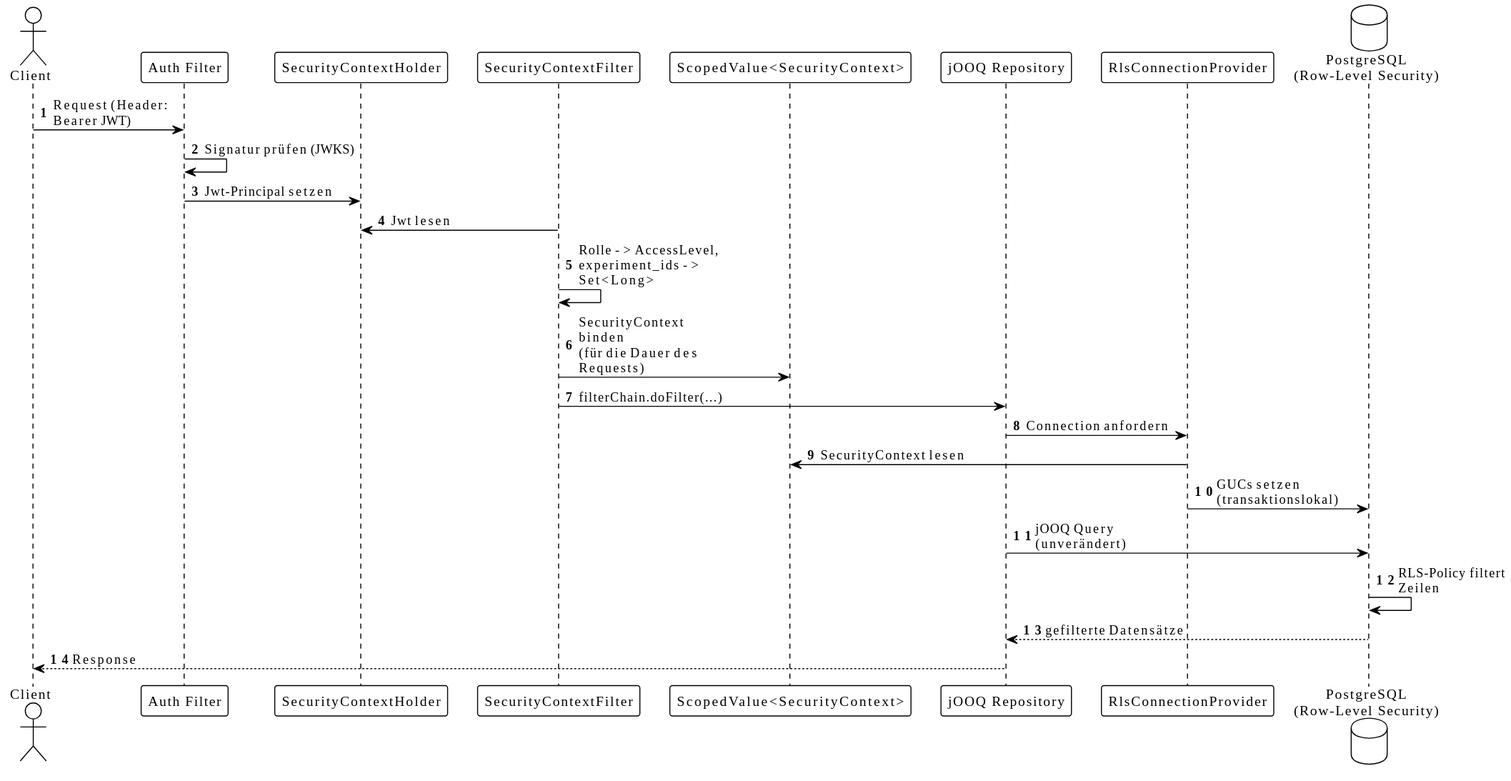
Above: documentation/architecture/images/security-context-flow.svg in swisstopo/lg-monteis (PlantUML), before the change.
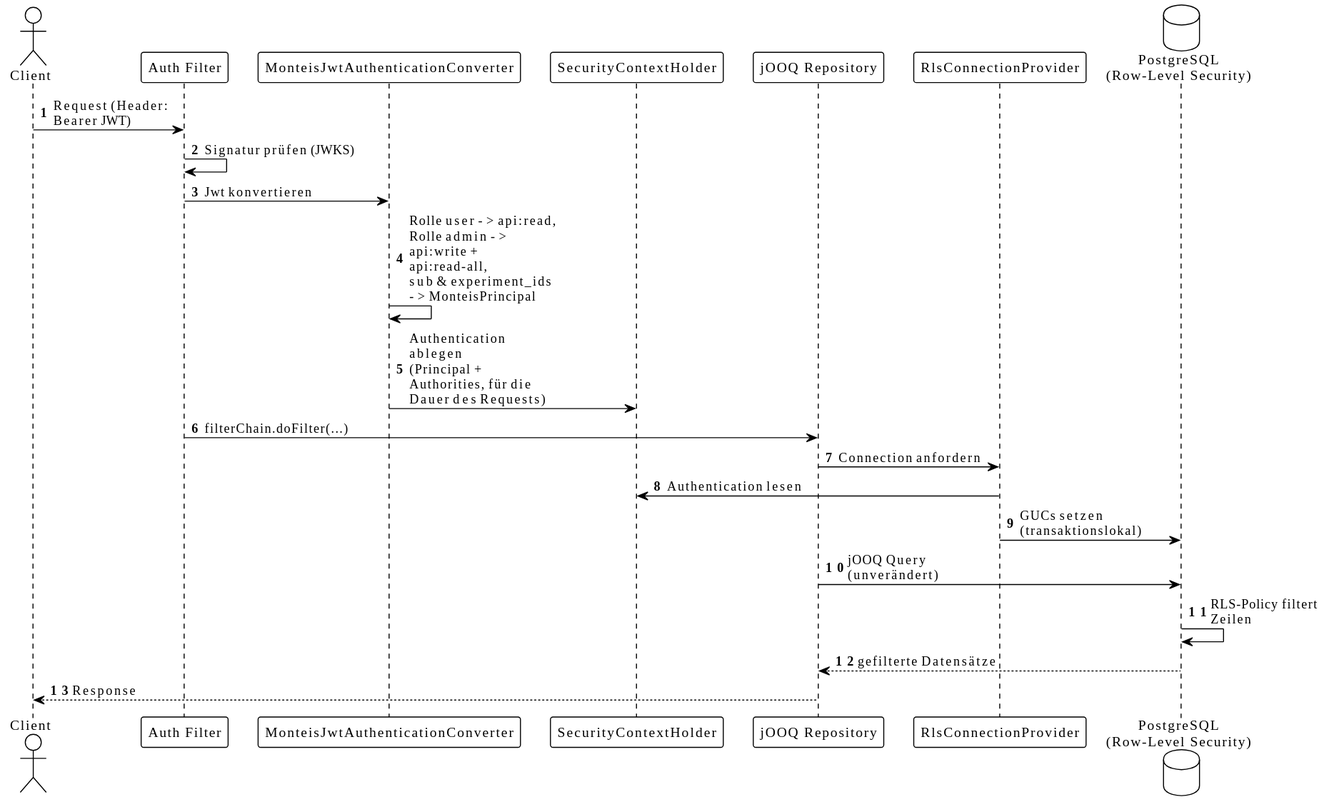
The same file after the commit.

Diff of the diagram source:
```diff
@@ -143,24 +143,22 @@
 
 actor Client
 participant "Auth Filter" as AuthFilter
+participant "MonteisJwtAuthenticationConverter" as Converter
 participant "SecurityContextHolder" as Holder
-participant "SecurityContextFilter" as CtxFilter
-participant "ScopedValue<SecurityContext>" as Scoped
 participant "jOOQ Repository" as Repo
 participant "RlsConnectionProvider" as ConnProvider
 database "PostgreSQL\n(Row-Level Security)" as DB
 
 Client -> AuthFilter : Request (Header: Bearer JWT)
 AuthFilter -> AuthFilter : Signatur prüfen (JWKS)
-AuthFilter -> Holder : Jwt-Principal setzen
+AuthFilter -> Converter : Jwt konvertieren
 
-CtxFilter -> Holder : Jwt lesen
-CtxFilter -> CtxFilter : Rolle -> AccessLevel,\nexperiment_ids -> Set<Long>
-CtxFilter -> Scoped : SecurityContext binden\n(für die Dauer des Requests)
+Converter -> Converter : Rolle user -> api:read,\nRolle admin -> api:write + api:read-all,\nsub & experiment_ids -> MonteisPrincipal
+Converter -> Holder : Authentication ablegen\n(Principal + Authorities, für die Dauer des Requests)
 
-CtxFilter -> Repo : filterChain.doFilter(...)
+AuthFilter -> Repo : filterChain.doFilter(...)
 Repo -> ConnProvider : Connection anfordern
-ConnProvider -> Scoped : SecurityContext lesen
+ConnProvider -> Holder : Authentication lesen
 ConnProvider -> DB : GUCs setzen (transaktionslokal)
 Repo -> DB : jOOQ Query (unverändert)
 DB -> DB : RLS-Policy filtert Zeilen
```
